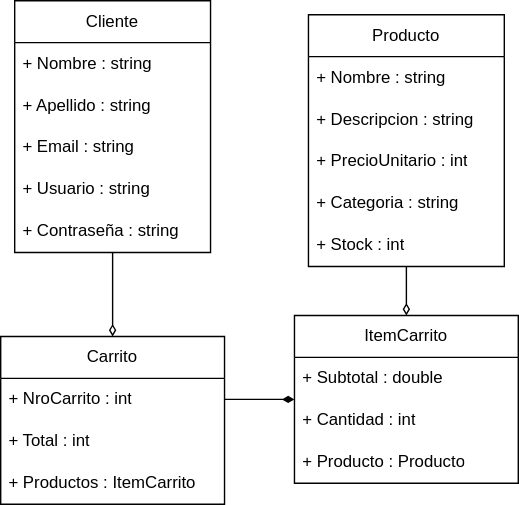
The draw.io diagram Diagrama.drawio.svg in Dieguitoo06/Tienda-Online---Cliente, before a commit. Source tidied: cells renumbered, new cells last; positions are measured from the earlier drawing's top-left corner, leaving out a move shared by most shapes.
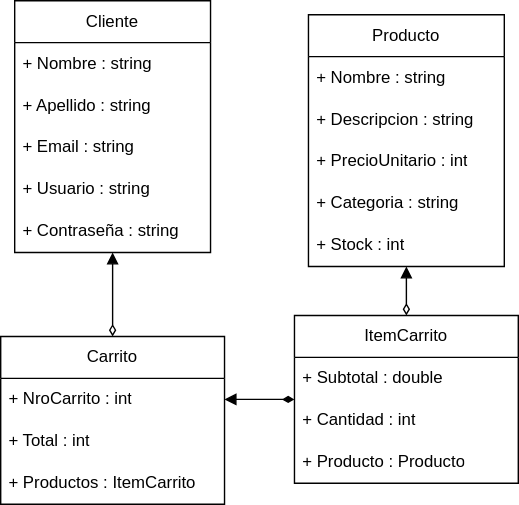
The same file after the commit.

The edit, as a diff of the source:
```diff
@@ -2,7 +2,7 @@
   <root>
     <mxCell id="0" />
     <mxCell id="1" parent="0" />
-    <mxCell id="2" style="edgeStyle=none;html=1;endArrow=diamondThin;endFill=0;" parent="1" edge="1" source="3" target="13">
+    <mxCell id="2" style="edgeStyle=none;html=1;endArrow=diamondThin;endFill=0;startArrow=block;startFill=1;" parent="1" edge="1" source="3" target="13">
       <mxGeometry relative="1" as="geometry" />
     </mxCell>
     <mxCell id="3" value="Producto" style="swimlane;fontStyle=0;horizontal=1;startSize=30;whiteSpace=wrap;html=1;" parent="1" vertex="1">
@@ -47,7 +47,7 @@
     <mxCell id="16" value="+ Producto : Producto" style="text;strokeColor=none;fillColor=none;align=left;verticalAlign=middle;spacingLeft=4;spacingRight=4;overflow=hidden;whiteSpace=wrap;html=1;" parent="13" vertex="1">
       <mxGeometry y="90" width="160" height="30" as="geometry" />
     </mxCell>
-    <mxCell id="17" style="edgeStyle=none;html=1;endArrow=diamondThin;endFill=0;" parent="1" edge="1" source="18" target="9">
+    <mxCell id="17" style="edgeStyle=none;html=1;endArrow=diamondThin;endFill=0;startArrow=block;startFill=1;" parent="1" edge="1" source="18" target="9">
       <mxGeometry relative="1" as="geometry" />
     </mxCell>
     <mxCell id="18" value="Cliente" style="swimlane;fontStyle=0;horizontal=1;startSize=30;whiteSpace=wrap;html=1;" parent="1" vertex="1">
@@ -68,7 +68,7 @@
     <mxCell id="23" value="+ Contraseña : string" style="text;strokeColor=none;fillColor=none;align=left;verticalAlign=middle;spacingLeft=4;spacingRight=4;overflow=hidden;whiteSpace=wrap;html=1;" parent="18" vertex="1">
       <mxGeometry y="150" width="140" height="30" as="geometry" />
     </mxCell>
-    <mxCell id="24" style="edgeStyle=none;html=1;endArrow=diamondThin;endFill=1;" parent="1" edge="1" source="10" target="13">
+    <mxCell id="24" style="edgeStyle=none;html=1;endArrow=diamondThin;endFill=1;startArrow=block;startFill=1;" parent="1" edge="1" source="10" target="13">
       <mxGeometry relative="1" as="geometry" />
     </mxCell>
   </root>
```
